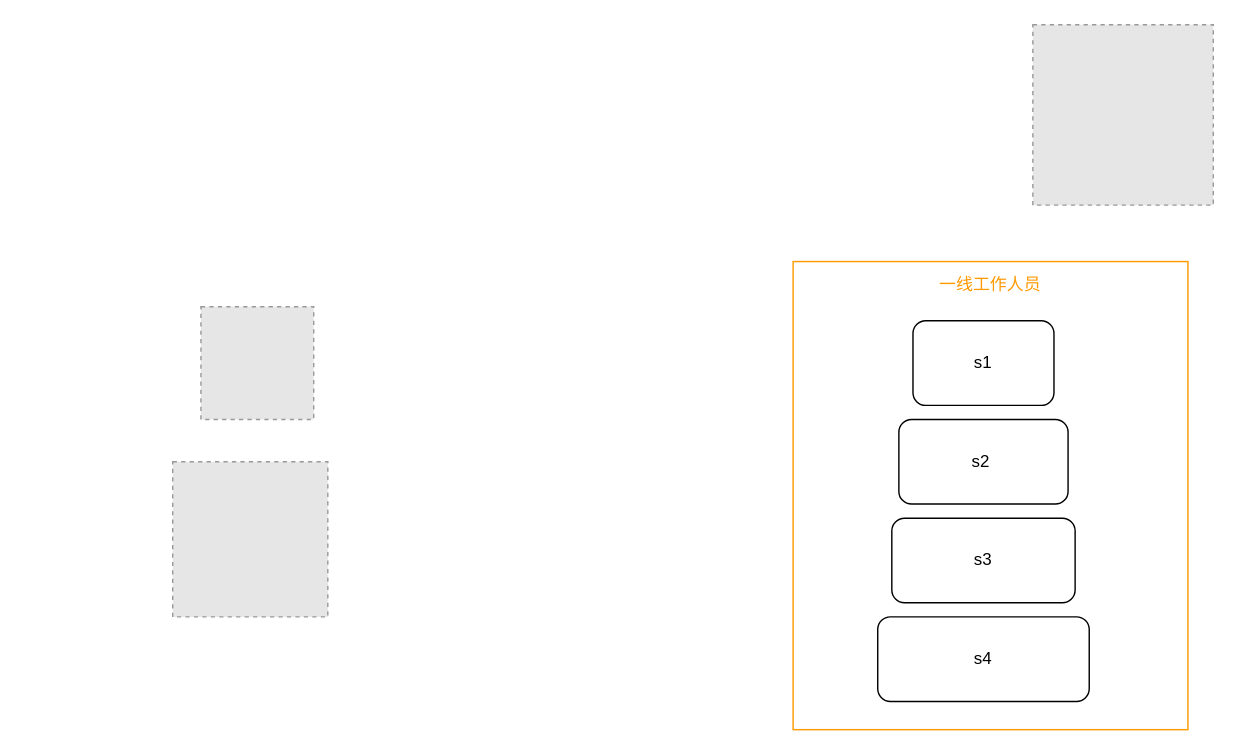
airdb/drawio keeps this draw.io diagram as aidrun/Untitled Diagram.drawio. Above is the earlier version. Source tidied: cells renumbered, new cells numbered last; positions are measured from the earlier drawing's top-left corner, leaving out a move shared by most shapes. Both pictures are drawn from the tidied source at 141%, with x=0, y=0 at pixel (172, 24). Pictures stored in the file or linked from it are replaced by grey dashed boxes.
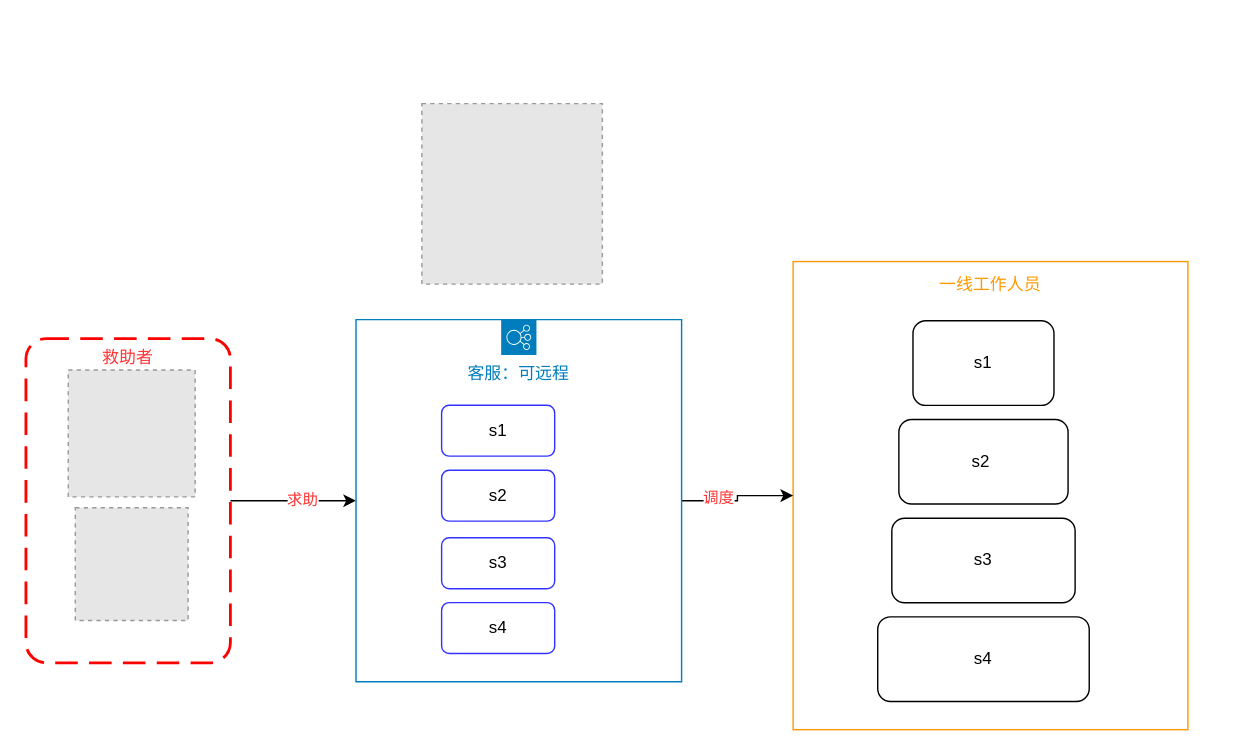
After the change.

The edit, as a diff of the source:
```diff
@@
 <mxGraphModel>
   <root>
     <mxCell id="0" />
     <mxCell id="1" parent="0" />
+    <mxCell id="10" style="edgeStyle=orthogonalEdgeStyle;rounded=0;jettySize=auto;html=1;fontColor=#FF3333;" parent="1" edge="1" source="12" target="15">
+      <mxGeometry relative="1" as="geometry" />
+    </mxCell>
+    <mxCell id="11" value="求助" style="edgeLabel;html=1;align=center;verticalAlign=middle;fontColor=#FF3333;" parent="10" vertex="1">
+      <mxGeometry x="0.14" y="1" relative="1" as="geometry" />
+    </mxCell>
+    <mxCell id="12" value="救助者" style="rounded=1;arcSize=10;dashed=1;strokeColor=#ff0000;fillColor=none;gradientColor=none;dashPattern=8 4;strokeWidth=2;align=center;verticalAlign=top;fontColor=#FF3333;" parent="1" vertex="1">
+      <mxGeometry x="-104.1" y="222.6" width="145" height="230" as="geometry" />
+    </mxCell>
     <mxCell id="2" value="一线工作人员" style="outlineConnect=0;gradientColor=none;html=1;whiteSpace=wrap;fontSize=12;fontStyle=0;strokeColor=#FF9900;fillColor=none;verticalAlign=top;align=center;fontColor=#FF9900;dashed=0;spacingTop=3;" parent="1" vertex="1">
       <mxGeometry x="440" y="168" width="280" height="332" as="geometry" />
     </mxCell>
     <mxCell id="3" style="fillColor=#E6E6E6;strokeColor=#999999;dashed=1;verticalLabelPosition=bottom;verticalAlign=top;" parent="1" vertex="1">
-      <mxGeometry x="20" y="200" width="80" height="80" as="geometry" />
+      <mxGeometry x="-69.1" y="342.6" width="80" height="80" as="geometry" />
     </mxCell>
     <mxCell id="4" style="fillColor=#E6E6E6;strokeColor=#999999;dashed=1;verticalLabelPosition=bottom;verticalAlign=top;" parent="1" vertex="1">
-      <mxGeometry x="610" width="128" height="128" as="geometry" />
+      <mxGeometry x="176.7" y="56" width="128" height="128" as="geometry" />
     </mxCell>
     <mxCell id="5" style="fillColor=#E6E6E6;strokeColor=#999999;dashed=1;verticalLabelPosition=bottom;verticalAlign=top;" parent="1" vertex="1">
-      <mxGeometry y="310" width="110" height="110" as="geometry" />
+      <mxGeometry x="-74.1" y="244.9" width="90" height="90" as="geometry" />
     </mxCell>
     <mxCell id="6" value="s1" style="rounded=1;whiteSpace=wrap;html=1;" parent="1" vertex="1">
       <mxGeometry x="525" y="210" width="100" height="60" as="geometry" />
     </mxCell>
     <mxCell id="7" value="s2&amp;nbsp;" style="rounded=1;whiteSpace=wrap;html=1;" parent="1" vertex="1">
       <mxGeometry x="515" y="280" width="120" height="60" as="geometry" />
     </mxCell>
     <mxCell id="8" value="s3" style="rounded=1;whiteSpace=wrap;html=1;" parent="1" vertex="1">
       <mxGeometry x="510" y="350" width="130" height="60" as="geometry" />
     </mxCell>
     <mxCell id="9" value="s4" style="rounded=1;whiteSpace=wrap;html=1;" parent="1" vertex="1">
       <mxGeometry x="500" y="420" width="150" height="60" as="geometry" />
     </mxCell>
+    <mxCell id="13" style="edgeStyle=orthogonalEdgeStyle;rounded=0;jettySize=auto;html=1;fontColor=#FF3333;" parent="1" edge="1" source="15" target="2">
+      <mxGeometry relative="1" as="geometry" />
+    </mxCell>
+    <mxCell id="14" value="调度" style="edgeLabel;html=1;align=center;verticalAlign=middle;fontColor=#FF3333;" parent="13" vertex="1">
+      <mxGeometry x="-0.36" y="2" relative="1" as="geometry" />
+    </mxCell>
+    <mxCell id="15" value="客服：可远程" style="sketch=0;outlineConnect=0;gradientColor=none;html=1;whiteSpace=wrap;fontSize=12;fontStyle=0;shape=mxgraph.aws4.groupCenter;grIcon=mxgraph.aws4.group_elastic_load_balancing;grStroke=1;strokeColor=#007DBC;fillColor=none;verticalAlign=top;align=center;fontColor=#007DBC;dashed=0;spacingTop=25;" parent="1" vertex="1">
+      <mxGeometry x="130" y="209.2" width="230.9" height="256.8" as="geometry" />
+    </mxCell>
+    <mxCell id="16" value="s1" style="rounded=1;whiteSpace=wrap;html=1;labelBackgroundColor=none;strokeColor=#3333FF;" parent="1" vertex="1">
+      <mxGeometry x="190.7" y="269.9" width="80.2" height="36.1" as="geometry" />
+    </mxCell>
+    <mxCell id="17" value="s2" style="rounded=1;whiteSpace=wrap;html=1;labelBackgroundColor=none;strokeColor=#3333FF;" parent="1" vertex="1">
+      <mxGeometry x="190.7" y="316" width="80.2" height="36.1" as="geometry" />
+    </mxCell>
+    <mxCell id="18" value="s3" style="rounded=1;whiteSpace=wrap;html=1;labelBackgroundColor=none;strokeColor=#3333FF;" parent="1" vertex="1">
+      <mxGeometry x="190.7" y="363.9" width="80.2" height="36.1" as="geometry" />
+    </mxCell>
+    <mxCell id="19" value="s4" style="rounded=1;whiteSpace=wrap;html=1;labelBackgroundColor=none;strokeColor=#3333FF;" parent="1" vertex="1">
+      <mxGeometry x="190.7" y="409.9" width="80.2" height="36.1" as="geometry" />
+    </mxCell>
   </root>
 </mxGraphModel>
```
